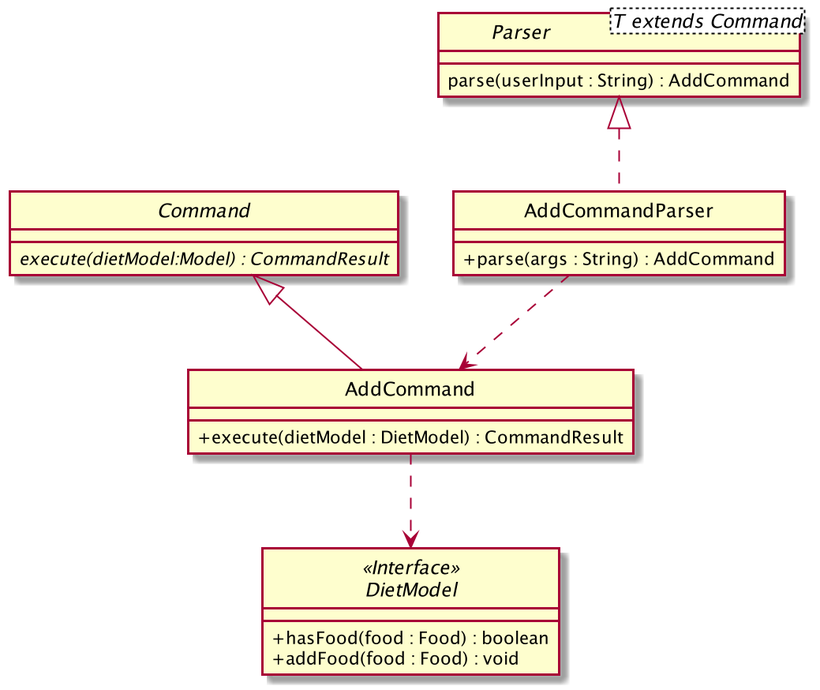
Above: images/DietTrackerAddCommandClassDiagram.png in AY1920S2-CS2103T-W13-1/main (PlantUML), before the change. The source it was exported from:
```plantuml
@startuml

skinparam backgroundColor #ffffff
skinparam classAttributeIconSize 0
hide circle


class AddCommandParser implements Parser {
    + parse(args : String) : AddCommand
}

interface Parser<T extends Command> {
    parse(userInput : String) : AddCommand
}

abstract class Command {
    {abstract} execute(dietModel:Model) : CommandResult
}

class AddCommand extends Command {

    + execute(dietModel : DietModel) : CommandResult

}

interface DietModel <<Interface>> {
    + hasFood(food : Food) : boolean
    + addFood(food : Food) : void
}



AddCommandParser ..> AddCommand
AddCommand ..> DietModel


@enduml
```
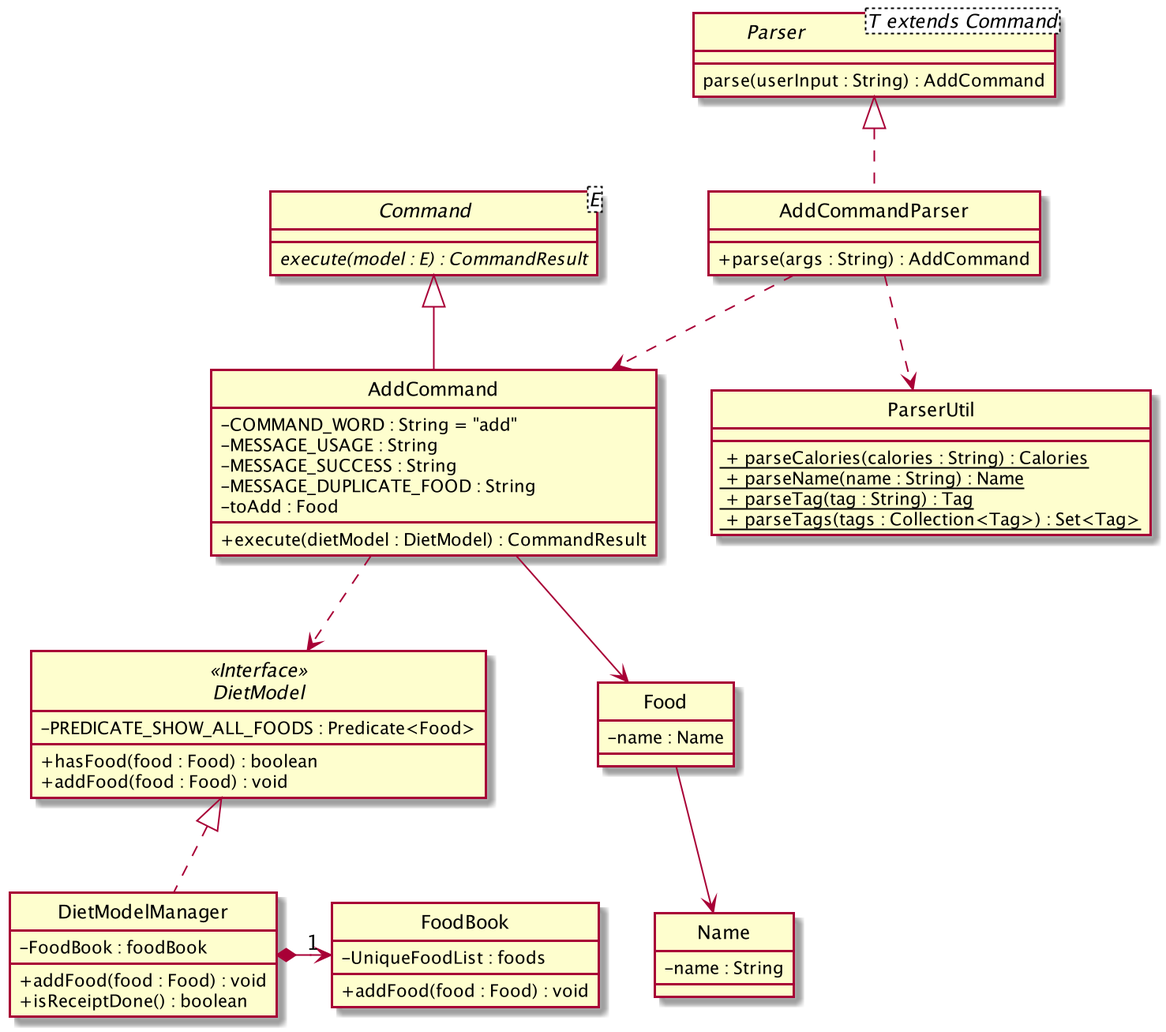
After the commit.

The edit, as a diff of the source:
```diff
@@ -13,25 +13,62 @@
     parse(userInput : String) : AddCommand
 }
 
-abstract class Command {
-    {abstract} execute(dietModel:Model) : CommandResult
+abstract class Command<E> {
+    {abstract} execute(model : E) : CommandResult
 }
 
 class AddCommand extends Command {
+    - COMMAND_WORD : String = "add"
+    - MESSAGE_USAGE : String
+    - MESSAGE_SUCCESS : String
+    - MESSAGE_DUPLICATE_FOOD : String
+    - toAdd : Food
 
     + execute(dietModel : DietModel) : CommandResult
 
 }
 
 interface DietModel <<Interface>> {
+    - PREDICATE_SHOW_ALL_FOODS : Predicate<Food>
+
     + hasFood(food : Food) : boolean
     + addFood(food : Food) : void
 }
 
+class ParserUtil {
+    <u> + parseCalories(calories : String) : Calories
+    <u> + parseName(name : String) : Name
+    <u> + parseTag(tag : String) : Tag
+    <u> + parseTags(tags : Collection<Tag>) : Set<Tag>
+}
+
+class DietModelManager implements DietModel {
+    - FoodBook : foodBook
+
+    + addFood(food : Food) : void
+    + isReceiptDone() : boolean
+}
+
+class Food {
+    - name : Name
+}
+
+class FoodBook {
+    - UniqueFoodList : foods
+
+    + addFood(food : Food) : void
+}
+
+class Name {
+    - name : String
+}
 
 
 AddCommandParser ..> AddCommand
+AddCommandParser ..> ParserUtil
 AddCommand ..> DietModel
-
+AddCommand --> Food
+Food --> Name
+DietModelManager *-right->"1" FoodBook
 
 @enduml
```
